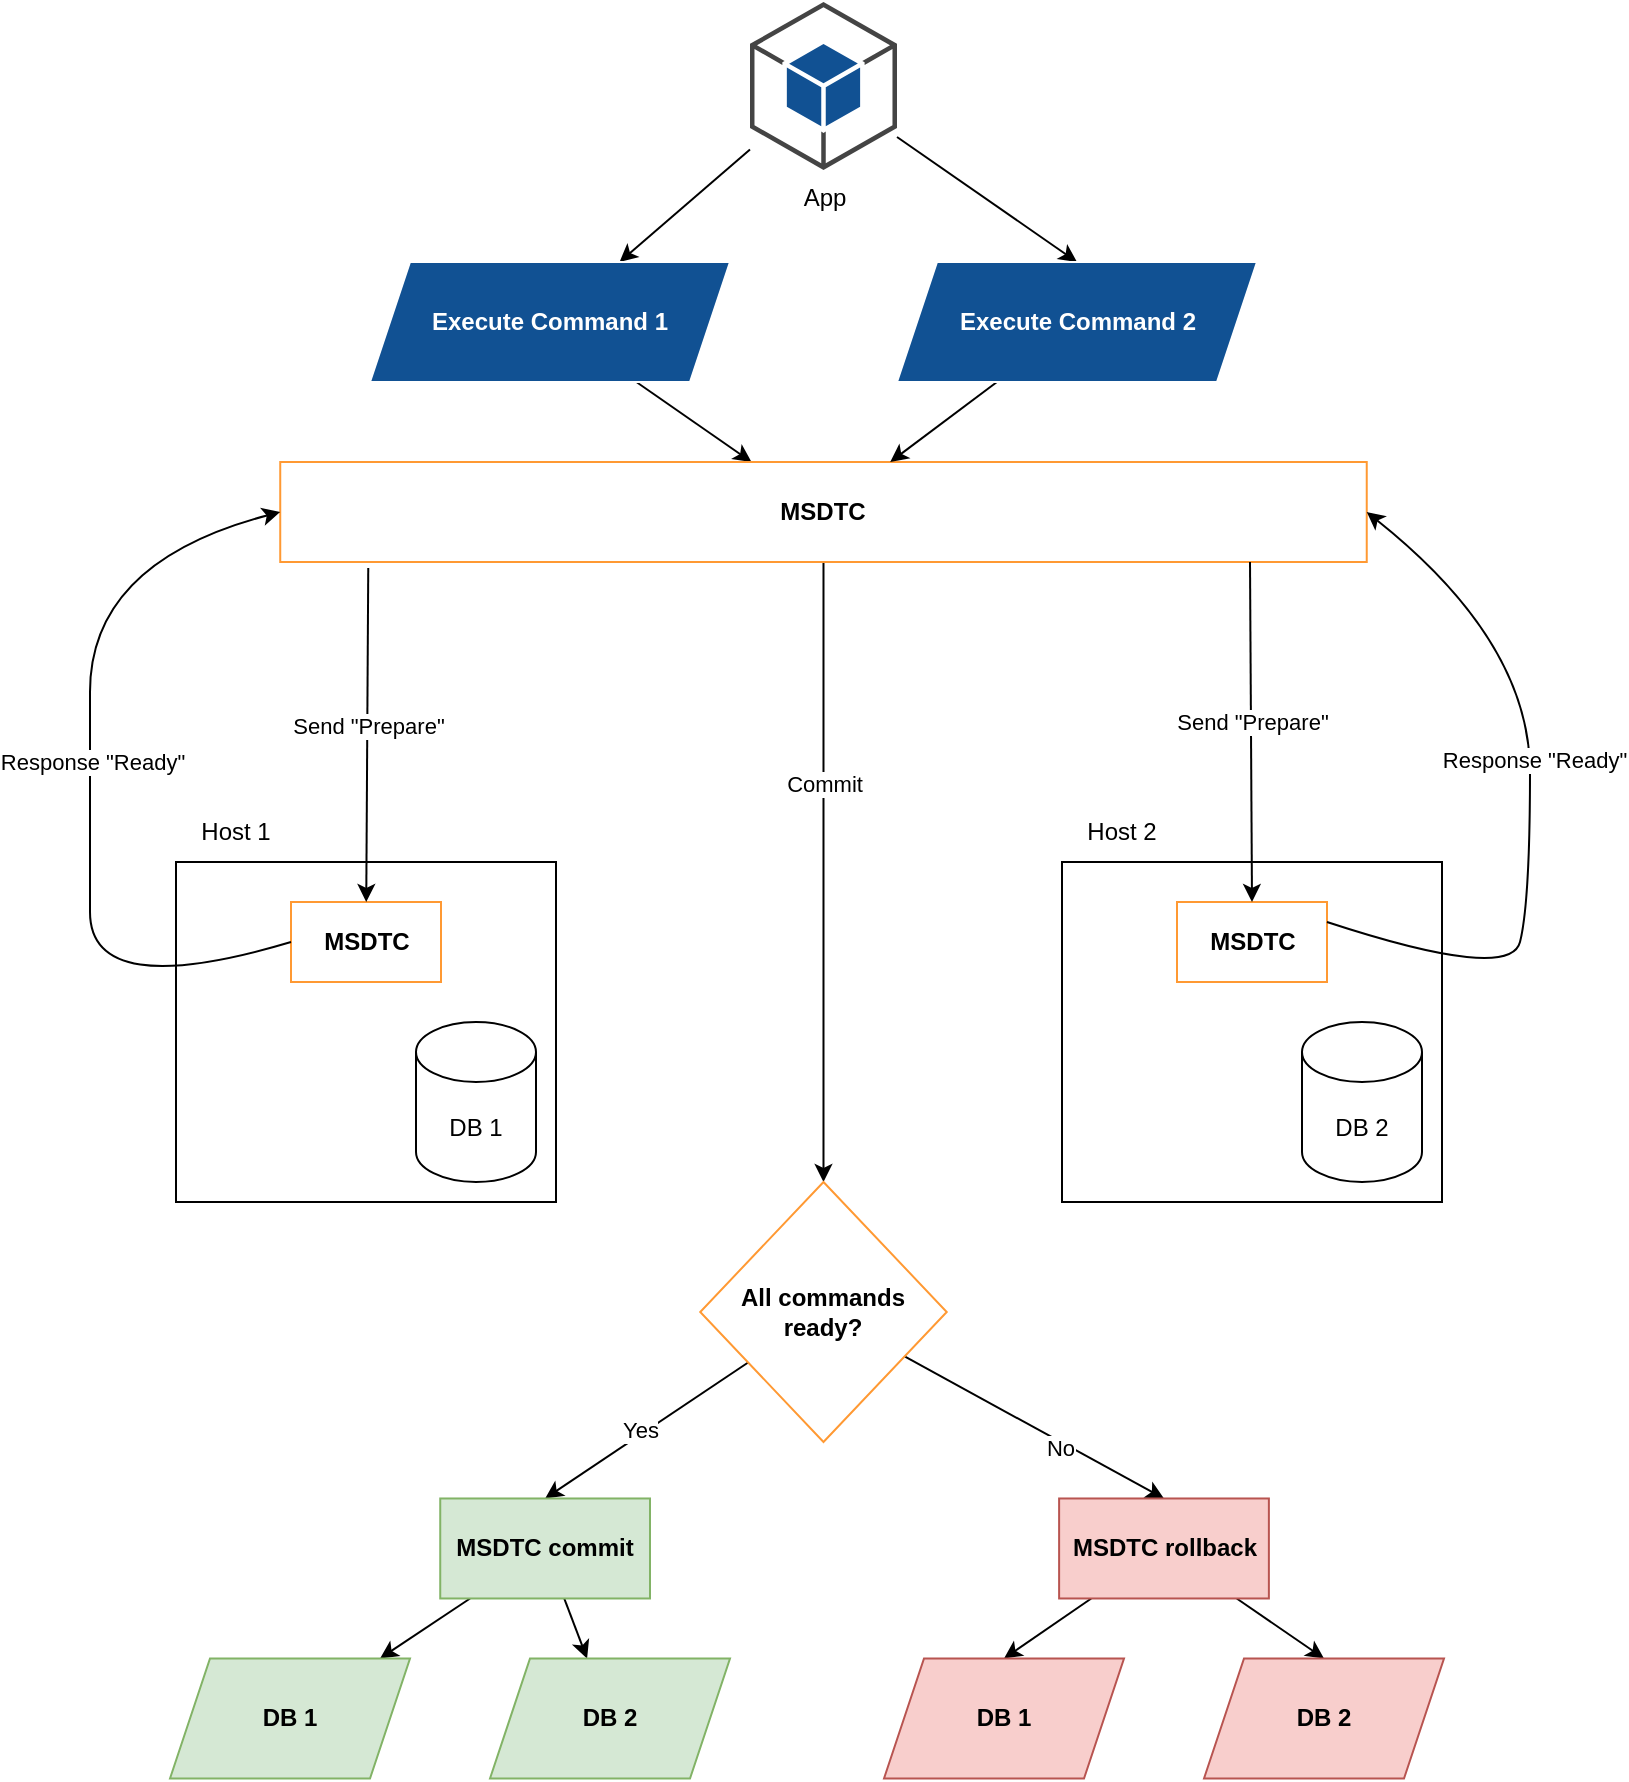
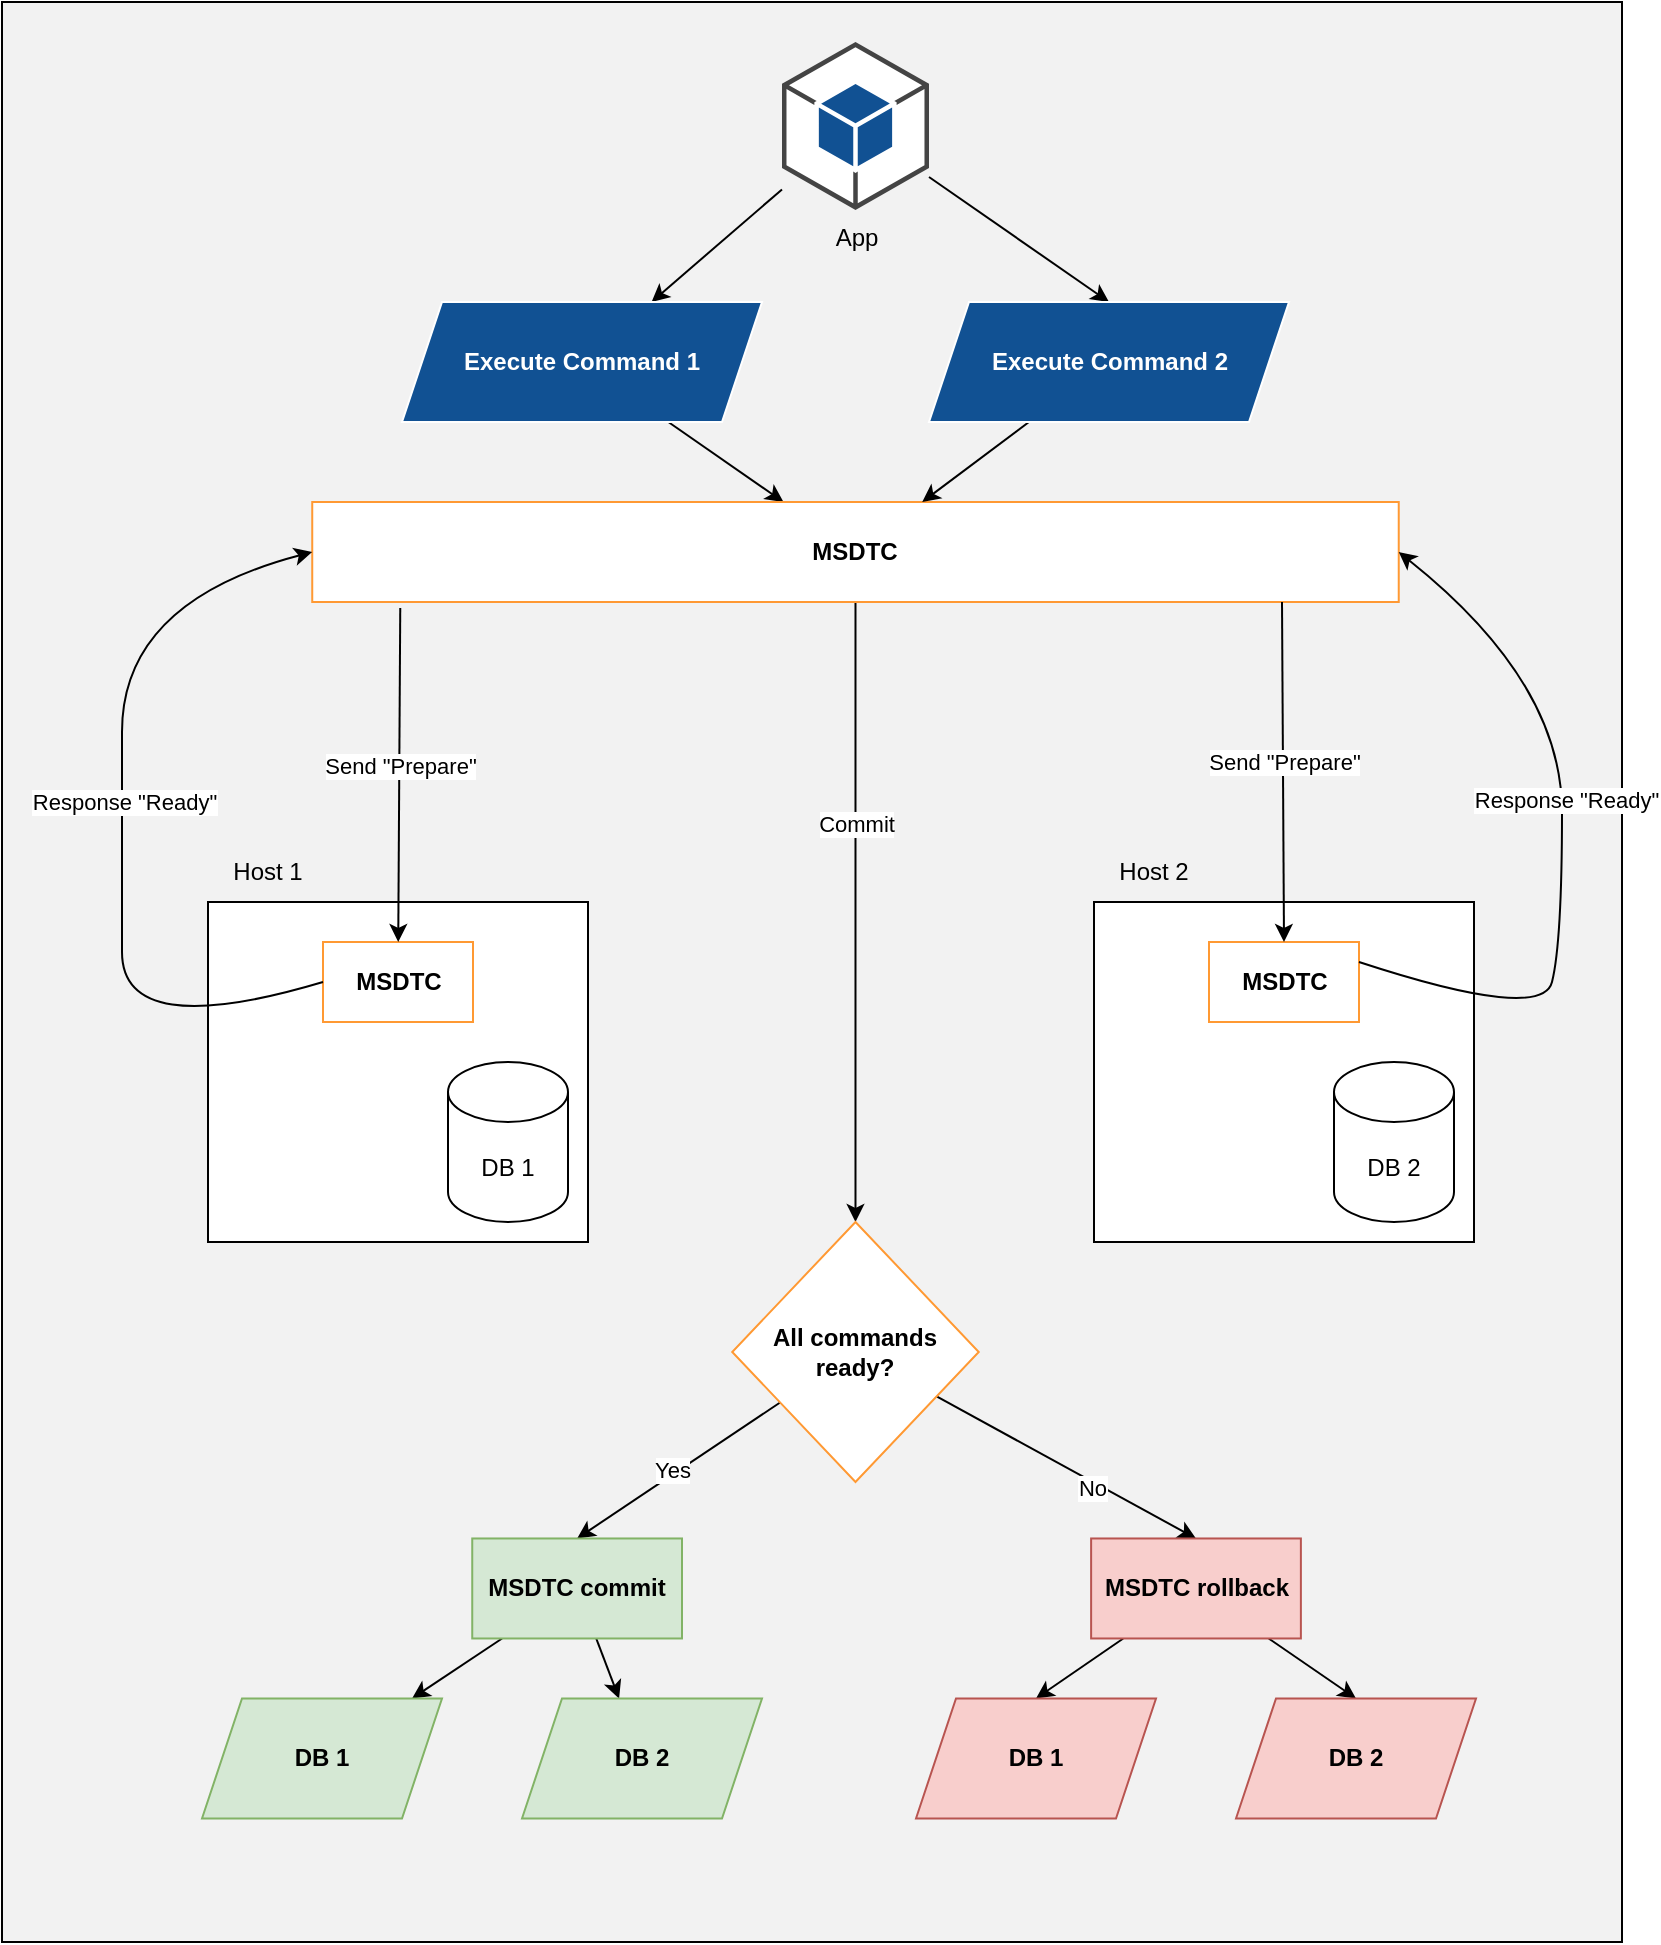
<mxfile host="65bd71144e">
    <diagram id="b0js74Uz-E99l2BKVlMv" name="Page-1">
-         <mxGraphModel dx="2876" dy="1879" grid="1" gridSize="10" guides="1" tooltips="1" connect="1" arrows="1" fold="1" page="1" pageScale="1" pageWidth="850" pageHeight="1100" math="0" shadow="0">
+         <mxGraphModel dx="2340" dy="1879" grid="1" gridSize="10" guides="1" tooltips="1" connect="1" arrows="1" fold="1" page="1" pageScale="1" pageWidth="850" pageHeight="1100" math="0" shadow="0">
            <root>
                <mxCell id="0"/>
                <mxCell id="1" parent="0"/>
-                 <mxCell id="4" value="" style="rounded=0;whiteSpace=wrap;html=1;" vertex="1" parent="1">
+                 <mxCell id="61" value="" style="rounded=0;whiteSpace=wrap;html=1;fillColor=#F2F2F2;" vertex="1" parent="1">
+                     <mxGeometry x="-80" y="-190" width="810" height="970" as="geometry"/>
+                 </mxCell>
+                 <mxCell id="4" value="" style="rounded=0;whiteSpace=wrap;html=1;" parent="1" vertex="1">
                    <mxGeometry x="23" y="260" width="190" height="170" as="geometry"/>
                </mxCell>
-                 <mxCell id="2" value="DB 1" style="shape=cylinder3;whiteSpace=wrap;html=1;boundedLbl=1;backgroundOutline=1;size=15;" vertex="1" parent="1">
+                 <mxCell id="2" value="DB 1" style="shape=cylinder3;whiteSpace=wrap;html=1;boundedLbl=1;backgroundOutline=1;size=15;" parent="1" vertex="1">
                    <mxGeometry x="143" y="340" width="60" height="80" as="geometry"/>
                </mxCell>
-                 <mxCell id="5" value="" style="rounded=0;whiteSpace=wrap;html=1;" vertex="1" parent="1">
+                 <mxCell id="5" value="" style="rounded=0;whiteSpace=wrap;html=1;" parent="1" vertex="1">
                    <mxGeometry x="466" y="260" width="190" height="170" as="geometry"/>
                </mxCell>
-                 <mxCell id="3" value="DB 2" style="shape=cylinder3;whiteSpace=wrap;html=1;boundedLbl=1;backgroundOutline=1;size=15;" vertex="1" parent="1">
+                 <mxCell id="3" value="DB 2" style="shape=cylinder3;whiteSpace=wrap;html=1;boundedLbl=1;backgroundOutline=1;size=15;" parent="1" vertex="1">
                    <mxGeometry x="586" y="340" width="60" height="80" as="geometry"/>
                </mxCell>
-                 <mxCell id="6" value="Host 1" style="text;html=1;align=center;verticalAlign=middle;whiteSpace=wrap;rounded=0;" vertex="1" parent="1">
+                 <mxCell id="6" value="Host 1" style="text;html=1;align=center;verticalAlign=middle;whiteSpace=wrap;rounded=0;" parent="1" vertex="1">
                    <mxGeometry x="23" y="230" width="60" height="30" as="geometry"/>
                </mxCell>
-                 <mxCell id="16" value="" style="edgeStyle=none;html=1;" edge="1" parent="1" source="8" target="15">
+                 <mxCell id="16" value="" style="edgeStyle=none;html=1;" parent="1" source="8" target="15" edge="1">
                    <mxGeometry relative="1" as="geometry"/>
                </mxCell>
-                 <mxCell id="18" style="edgeStyle=none;html=1;entryX=0.5;entryY=0;entryDx=0;entryDy=0;" edge="1" parent="1" source="8" target="17">
+                 <mxCell id="18" style="edgeStyle=none;html=1;entryX=0.5;entryY=0;entryDx=0;entryDy=0;" parent="1" source="8" target="17" edge="1">
                    <mxGeometry relative="1" as="geometry"/>
                </mxCell>
-                 <mxCell id="8" value="App" style="outlineConnect=0;dashed=0;verticalLabelPosition=bottom;verticalAlign=top;align=center;html=1;shape=mxgraph.aws3.android;fillColor=#115193;gradientColor=none;" vertex="1" parent="1">
+                 <mxCell id="8" value="App" style="outlineConnect=0;dashed=0;verticalLabelPosition=bottom;verticalAlign=top;align=center;html=1;shape=mxgraph.aws3.android;fillColor=#115193;gradientColor=none;" parent="1" vertex="1">
                    <mxGeometry x="310" y="-170" width="73.5" height="84" as="geometry"/>
                </mxCell>
-                 <mxCell id="20" style="edgeStyle=none;html=1;" edge="1" parent="1" source="15" target="19">
+                 <mxCell id="20" style="edgeStyle=none;html=1;" parent="1" source="15" target="19" edge="1">
                    <mxGeometry relative="1" as="geometry"/>
                </mxCell>
-                 <mxCell id="40" value="" style="edgeStyle=none;html=1;" edge="1" parent="1" source="19" target="39">
+                 <mxCell id="40" value="" style="edgeStyle=none;html=1;" parent="1" source="19" target="39" edge="1">
                    <mxGeometry relative="1" as="geometry"/>
                </mxCell>
-                 <mxCell id="41" value="Commit" style="edgeLabel;html=1;align=center;verticalAlign=middle;resizable=0;points=[];" vertex="1" connectable="0" parent="40">
+                 <mxCell id="41" value="Commit" style="edgeLabel;html=1;align=center;verticalAlign=middle;resizable=0;points=[];" parent="40" vertex="1" connectable="0">
                    <mxGeometry x="-0.2839" relative="1" as="geometry">
                        <mxPoint as="offset"/>
                    </mxGeometry>
                </mxCell>
-                 <mxCell id="19" value="MSDTC" style="rounded=0;whiteSpace=wrap;html=1;fontColor=#000000;strokeColor=#FF9933;fontStyle=1" vertex="1" parent="1">
+                 <mxCell id="19" value="MSDTC" style="rounded=0;whiteSpace=wrap;html=1;fontColor=#000000;strokeColor=#FF9933;fontStyle=1" parent="1" vertex="1">
                    <mxGeometry x="75.11999999999999" y="60" width="543.25" height="50" as="geometry"/>
                </mxCell>
-                 <mxCell id="15" value="Execute Command 1" style="shape=parallelogram;perimeter=parallelogramPerimeter;whiteSpace=wrap;html=1;fixedSize=1;verticalAlign=middle;fillColor=#115193;dashed=0;gradientColor=none;strokeColor=#FFFFFF;fontColor=#FFFFFF;fontStyle=1;align=center;" vertex="1" parent="1">
+                 <mxCell id="15" value="Execute Command 1" style="shape=parallelogram;perimeter=parallelogramPerimeter;whiteSpace=wrap;html=1;fixedSize=1;verticalAlign=middle;fillColor=#115193;dashed=0;gradientColor=none;strokeColor=#FFFFFF;fontColor=#FFFFFF;fontStyle=1;align=center;" parent="1" vertex="1">
                    <mxGeometry x="120" y="-40" width="180" height="60" as="geometry"/>
                </mxCell>
-                 <mxCell id="25" style="edgeStyle=none;html=1;" edge="1" parent="1" source="17" target="19">
+                 <mxCell id="25" style="edgeStyle=none;html=1;" parent="1" source="17" target="19" edge="1">
                    <mxGeometry relative="1" as="geometry"/>
                </mxCell>
-                 <mxCell id="17" value="Execute Command 2" style="shape=parallelogram;perimeter=parallelogramPerimeter;whiteSpace=wrap;html=1;fixedSize=1;verticalAlign=middle;fillColor=#115193;dashed=0;gradientColor=none;strokeColor=#FFFFFF;fontColor=#FFFFFF;fontStyle=1;align=center;" vertex="1" parent="1">
+                 <mxCell id="17" value="Execute Command 2" style="shape=parallelogram;perimeter=parallelogramPerimeter;whiteSpace=wrap;html=1;fixedSize=1;verticalAlign=middle;fillColor=#115193;dashed=0;gradientColor=none;strokeColor=#FFFFFF;fontColor=#FFFFFF;fontStyle=1;align=center;" parent="1" vertex="1">
                    <mxGeometry x="383.5" y="-40" width="180" height="60" as="geometry"/>
                </mxCell>
-                 <mxCell id="27" value="Host 2" style="text;html=1;align=center;verticalAlign=middle;whiteSpace=wrap;rounded=0;" vertex="1" parent="1">
+                 <mxCell id="27" value="Host 2" style="text;html=1;align=center;verticalAlign=middle;whiteSpace=wrap;rounded=0;" parent="1" vertex="1">
                    <mxGeometry x="466" y="230" width="60" height="30" as="geometry"/>
                </mxCell>
-                 <mxCell id="28" value="MSDTC" style="rounded=0;whiteSpace=wrap;html=1;fontColor=#000000;strokeColor=#FF9933;fontStyle=1" vertex="1" parent="1">
+                 <mxCell id="28" value="MSDTC" style="rounded=0;whiteSpace=wrap;html=1;fontColor=#000000;strokeColor=#FF9933;fontStyle=1" parent="1" vertex="1">
                    <mxGeometry x="523.5" y="280" width="75" height="40" as="geometry"/>
                </mxCell>
-                 <mxCell id="29" value="MSDTC" style="rounded=0;whiteSpace=wrap;html=1;fontColor=#000000;strokeColor=#FF9933;fontStyle=1" vertex="1" parent="1">
+                 <mxCell id="29" value="MSDTC" style="rounded=0;whiteSpace=wrap;html=1;fontColor=#000000;strokeColor=#FF9933;fontStyle=1" parent="1" vertex="1">
                    <mxGeometry x="80.5" y="280" width="75" height="40" as="geometry"/>
                </mxCell>
-                 <mxCell id="30" value="" style="endArrow=classic;html=1;exitX=0.081;exitY=1.06;exitDx=0;exitDy=0;exitPerimeter=0;" edge="1" parent="1" source="19" target="29">
+                 <mxCell id="30" value="" style="endArrow=classic;html=1;exitX=0.081;exitY=1.06;exitDx=0;exitDy=0;exitPerimeter=0;" parent="1" source="19" target="29" edge="1">
                    <mxGeometry width="50" height="50" relative="1" as="geometry">
                        <mxPoint x="500" y="340" as="sourcePoint"/>
                        <mxPoint x="550" y="290" as="targetPoint"/>
                    </mxGeometry>
                </mxCell>
-                 <mxCell id="31" value="Send &quot;Prepare&quot;" style="edgeLabel;html=1;align=center;verticalAlign=middle;resizable=0;points=[];" vertex="1" connectable="0" parent="30">
+                 <mxCell id="31" value="Send &quot;Prepare&quot;" style="edgeLabel;html=1;align=center;verticalAlign=middle;resizable=0;points=[];" parent="30" vertex="1" connectable="0">
                    <mxGeometry x="-0.0588" relative="1" as="geometry">
                        <mxPoint as="offset"/>
                    </mxGeometry>
                </mxCell>
-                 <mxCell id="32" value="" style="endArrow=classic;html=1;entryX=0.5;entryY=0;entryDx=0;entryDy=0;" edge="1" parent="1" target="28">
+                 <mxCell id="32" value="" style="endArrow=classic;html=1;entryX=0.5;entryY=0;entryDx=0;entryDy=0;" parent="1" target="28" edge="1">
                    <mxGeometry width="50" height="50" relative="1" as="geometry">
                        <mxPoint x="560" y="110" as="sourcePoint"/>
                        <mxPoint x="563.5" y="500" as="targetPoint"/>
                    </mxGeometry>
                </mxCell>
-                 <mxCell id="33" value="Send &quot;Prepare&quot;" style="edgeLabel;html=1;align=center;verticalAlign=middle;resizable=0;points=[];" vertex="1" connectable="0" parent="32">
+                 <mxCell id="33" value="Send &quot;Prepare&quot;" style="edgeLabel;html=1;align=center;verticalAlign=middle;resizable=0;points=[];" parent="32" vertex="1" connectable="0">
                    <mxGeometry x="-0.0588" relative="1" as="geometry">
                        <mxPoint as="offset"/>
                    </mxGeometry>
                </mxCell>
-                 <mxCell id="34" value="" style="curved=1;endArrow=classic;html=1;exitX=1;exitY=0.25;exitDx=0;exitDy=0;entryX=1;entryY=0.5;entryDx=0;entryDy=0;" edge="1" parent="1" source="28" target="19">
+                 <mxCell id="34" value="" style="curved=1;endArrow=classic;html=1;exitX=1;exitY=0.25;exitDx=0;exitDy=0;entryX=1;entryY=0.5;entryDx=0;entryDy=0;" parent="1" source="28" target="19" edge="1">
                    <mxGeometry width="50" height="50" relative="1" as="geometry">
                        <mxPoint x="500" y="340" as="sourcePoint"/>
                        <mxPoint x="550" y="290" as="targetPoint"/>
                        <Array as="points">
                            <mxPoint x="690" y="320"/>
                            <mxPoint x="700" y="280"/>
                            <mxPoint x="700" y="150"/>
                        </Array>
                    </mxGeometry>
                </mxCell>
-                 <mxCell id="35" value="Response &quot;Ready&quot;" style="edgeLabel;html=1;align=center;verticalAlign=middle;resizable=0;points=[];" vertex="1" connectable="0" parent="34">
+                 <mxCell id="35" value="Response &quot;Ready&quot;" style="edgeLabel;html=1;align=center;verticalAlign=middle;resizable=0;points=[];" parent="34" vertex="1" connectable="0">
                    <mxGeometry x="0.1228" y="-2" relative="1" as="geometry">
                        <mxPoint as="offset"/>
                    </mxGeometry>
                </mxCell>
-                 <mxCell id="36" value="" style="curved=1;endArrow=classic;html=1;exitX=0;exitY=0.5;exitDx=0;exitDy=0;entryX=0;entryY=0.5;entryDx=0;entryDy=0;" edge="1" parent="1" source="29" target="19">
+                 <mxCell id="36" value="" style="curved=1;endArrow=classic;html=1;exitX=0;exitY=0.5;exitDx=0;exitDy=0;entryX=0;entryY=0.5;entryDx=0;entryDy=0;" parent="1" source="29" target="19" edge="1">
                    <mxGeometry width="50" height="50" relative="1" as="geometry">
                        <mxPoint x="-20" y="290" as="sourcePoint"/>
                        <mxPoint x="30" y="240" as="targetPoint"/>
                        <Array as="points">
                            <mxPoint x="-20" y="330"/>
                            <mxPoint x="-20" y="240"/>
                            <mxPoint x="-20" y="110"/>
                        </Array>
                    </mxGeometry>
                </mxCell>
-                 <mxCell id="38" value="Response &quot;Ready&quot;" style="edgeLabel;html=1;align=center;verticalAlign=middle;resizable=0;points=[];" vertex="1" connectable="0" parent="36">
+                 <mxCell id="38" value="Response &quot;Ready&quot;" style="edgeLabel;html=1;align=center;verticalAlign=middle;resizable=0;points=[];" parent="36" vertex="1" connectable="0">
                    <mxGeometry x="0.0652" y="-1" relative="1" as="geometry">
                        <mxPoint as="offset"/>
                    </mxGeometry>
                </mxCell>
-                 <mxCell id="46" value="" style="edgeStyle=none;html=1;entryX=0.5;entryY=0;entryDx=0;entryDy=0;" edge="1" parent="1" source="39" target="49">
+                 <mxCell id="46" value="" style="edgeStyle=none;html=1;entryX=0.5;entryY=0;entryDx=0;entryDy=0;" parent="1" source="39" target="49" edge="1">
                    <mxGeometry relative="1" as="geometry">
                        <mxPoint x="193.93717391304335" y="570" as="targetPoint"/>
                    </mxGeometry>
                </mxCell>
-                 <mxCell id="50" value="Yes" style="edgeLabel;html=1;align=center;verticalAlign=middle;resizable=0;points=[];" vertex="1" connectable="0" parent="46">
+                 <mxCell id="50" value="Yes" style="edgeLabel;html=1;align=center;verticalAlign=middle;resizable=0;points=[];" parent="46" vertex="1" connectable="0">
                    <mxGeometry x="0.0399" y="-2" relative="1" as="geometry">
                        <mxPoint as="offset"/>
                    </mxGeometry>
                </mxCell>
-                 <mxCell id="48" value="" style="edgeStyle=none;html=1;entryX=0.5;entryY=0;entryDx=0;entryDy=0;" edge="1" parent="1" source="39" target="55">
+                 <mxCell id="48" value="" style="edgeStyle=none;html=1;entryX=0.5;entryY=0;entryDx=0;entryDy=0;" parent="1" source="39" target="55" edge="1">
                    <mxGeometry relative="1" as="geometry">
                        <mxPoint x="482.1906521739129" y="570" as="targetPoint"/>
                    </mxGeometry>
                </mxCell>
-                 <mxCell id="56" value="No" style="edgeLabel;html=1;align=center;verticalAlign=middle;resizable=0;points=[];" vertex="1" connectable="0" parent="48">
+                 <mxCell id="56" value="No" style="edgeLabel;html=1;align=center;verticalAlign=middle;resizable=0;points=[];" parent="48" vertex="1" connectable="0">
                    <mxGeometry x="0.2202" y="-3" relative="1" as="geometry">
                        <mxPoint as="offset"/>
                    </mxGeometry>
                </mxCell>
-                 <mxCell id="39" value="&lt;span style=&quot;&quot;&gt;All commands ready?&lt;/span&gt;" style="rhombus;whiteSpace=wrap;html=1;strokeColor=#FF9933;fontColor=#000000;rounded=0;fontStyle=1;" vertex="1" parent="1">
+                 <mxCell id="39" value="&lt;span style=&quot;&quot;&gt;All commands ready?&lt;/span&gt;" style="rhombus;whiteSpace=wrap;html=1;strokeColor=#FF9933;fontColor=#000000;rounded=0;fontStyle=1;" parent="1" vertex="1">
                    <mxGeometry x="285.12" y="420" width="123.25" height="130" as="geometry"/>
                </mxCell>
-                 <mxCell id="52" value="" style="edgeStyle=none;html=1;" edge="1" parent="1" source="49" target="51">
+                 <mxCell id="52" value="" style="edgeStyle=none;html=1;" parent="1" source="49" target="51" edge="1">
                    <mxGeometry relative="1" as="geometry"/>
                </mxCell>
-                 <mxCell id="54" value="" style="edgeStyle=none;html=1;" edge="1" parent="1" source="49" target="53">
+                 <mxCell id="54" value="" style="edgeStyle=none;html=1;" parent="1" source="49" target="53" edge="1">
                    <mxGeometry relative="1" as="geometry"/>
                </mxCell>
-                 <mxCell id="49" value="MSDTC commit" style="rounded=0;whiteSpace=wrap;html=1;strokeColor=#82b366;fontStyle=1;fillColor=#d5e8d4;" vertex="1" parent="1">
+                 <mxCell id="49" value="MSDTC commit" style="rounded=0;whiteSpace=wrap;html=1;strokeColor=#82b366;fontStyle=1;fillColor=#d5e8d4;" parent="1" vertex="1">
                    <mxGeometry x="155.12" y="578.24" width="104.88" height="50" as="geometry"/>
                </mxCell>
-                 <mxCell id="51" value="DB 1" style="shape=parallelogram;perimeter=parallelogramPerimeter;whiteSpace=wrap;html=1;fixedSize=1;strokeColor=#82b366;rounded=0;fontStyle=1;fillColor=#d5e8d4;" vertex="1" parent="1">
+                 <mxCell id="51" value="DB 1" style="shape=parallelogram;perimeter=parallelogramPerimeter;whiteSpace=wrap;html=1;fixedSize=1;strokeColor=#82b366;rounded=0;fontStyle=1;fillColor=#d5e8d4;" parent="1" vertex="1">
                    <mxGeometry x="20" y="658.24" width="120" height="60" as="geometry"/>
                </mxCell>
-                 <mxCell id="53" value="DB 2" style="shape=parallelogram;perimeter=parallelogramPerimeter;whiteSpace=wrap;html=1;fixedSize=1;strokeColor=#82b366;rounded=0;fontStyle=1;fillColor=#d5e8d4;" vertex="1" parent="1">
+                 <mxCell id="53" value="DB 2" style="shape=parallelogram;perimeter=parallelogramPerimeter;whiteSpace=wrap;html=1;fixedSize=1;strokeColor=#82b366;rounded=0;fontStyle=1;fillColor=#d5e8d4;" parent="1" vertex="1">
                    <mxGeometry x="180" y="658.24" width="120" height="60" as="geometry"/>
                </mxCell>
-                 <mxCell id="59" style="edgeStyle=none;html=1;entryX=0.5;entryY=0;entryDx=0;entryDy=0;" edge="1" parent="1" source="55" target="57">
+                 <mxCell id="59" style="edgeStyle=none;html=1;entryX=0.5;entryY=0;entryDx=0;entryDy=0;" parent="1" source="55" target="57" edge="1">
                    <mxGeometry relative="1" as="geometry"/>
                </mxCell>
-                 <mxCell id="60" style="edgeStyle=none;html=1;entryX=0.5;entryY=0;entryDx=0;entryDy=0;" edge="1" parent="1" source="55" target="58">
+                 <mxCell id="60" style="edgeStyle=none;html=1;entryX=0.5;entryY=0;entryDx=0;entryDy=0;" parent="1" source="55" target="58" edge="1">
                    <mxGeometry relative="1" as="geometry"/>
                </mxCell>
-                 <mxCell id="55" value="MSDTC rollback" style="rounded=0;whiteSpace=wrap;html=1;strokeColor=#b85450;fontStyle=1;fillColor=#f8cecc;" vertex="1" parent="1">
+                 <mxCell id="55" value="MSDTC rollback" style="rounded=0;whiteSpace=wrap;html=1;strokeColor=#b85450;fontStyle=1;fillColor=#f8cecc;" parent="1" vertex="1">
                    <mxGeometry x="464.56" y="578.24" width="104.88" height="50" as="geometry"/>
                </mxCell>
-                 <mxCell id="57" value="DB 1" style="shape=parallelogram;perimeter=parallelogramPerimeter;whiteSpace=wrap;html=1;fixedSize=1;strokeColor=#b85450;rounded=0;fontStyle=1;fillColor=#f8cecc;" vertex="1" parent="1">
+                 <mxCell id="57" value="DB 1" style="shape=parallelogram;perimeter=parallelogramPerimeter;whiteSpace=wrap;html=1;fixedSize=1;strokeColor=#b85450;rounded=0;fontStyle=1;fillColor=#f8cecc;" parent="1" vertex="1">
                    <mxGeometry x="377" y="658.24" width="120" height="60" as="geometry"/>
                </mxCell>
-                 <mxCell id="58" value="DB 2" style="shape=parallelogram;perimeter=parallelogramPerimeter;whiteSpace=wrap;html=1;fixedSize=1;strokeColor=#b85450;rounded=0;fontStyle=1;fillColor=#f8cecc;" vertex="1" parent="1">
+                 <mxCell id="58" value="DB 2" style="shape=parallelogram;perimeter=parallelogramPerimeter;whiteSpace=wrap;html=1;fixedSize=1;strokeColor=#b85450;rounded=0;fontStyle=1;fillColor=#f8cecc;" parent="1" vertex="1">
                    <mxGeometry x="537" y="658.24" width="120" height="60" as="geometry"/>
                </mxCell>
            </root>
        </mxGraphModel>
    </diagram>
</mxfile>